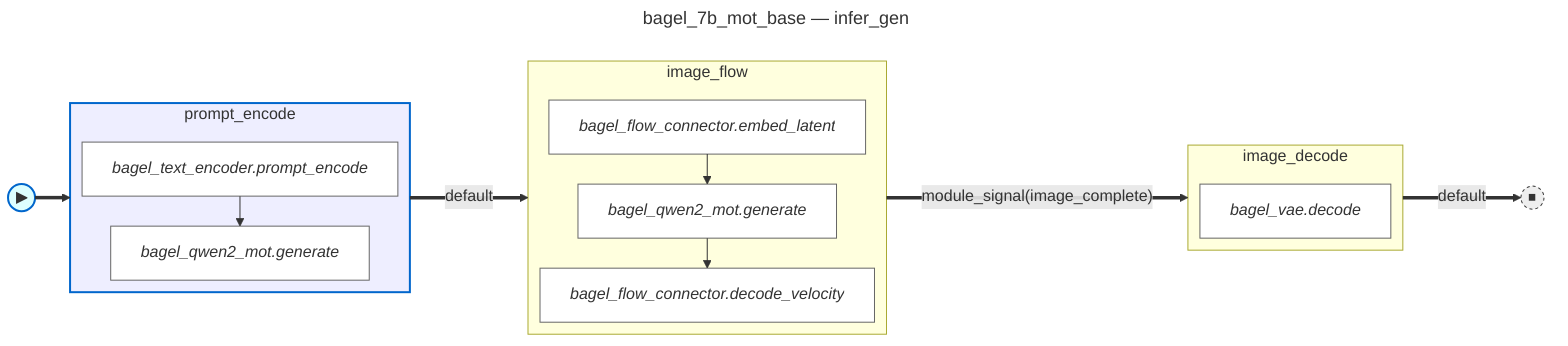
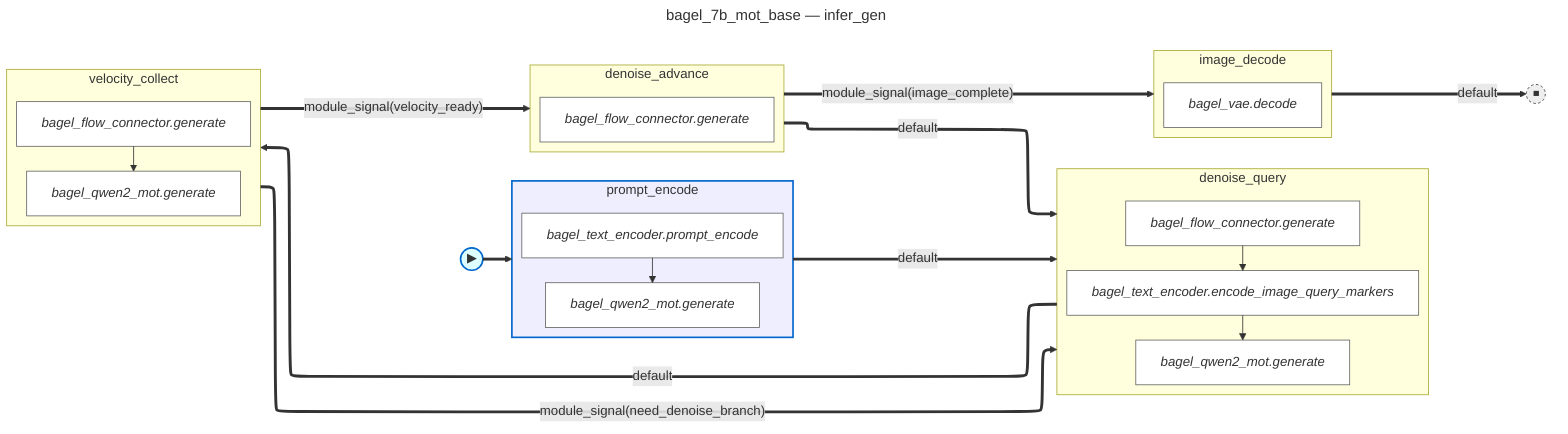
---
title: bagel_7b_mot_base — infer_gen
---
%%{init: {'flowchart': {'defaultRenderer': 'elk'}}}%%
flowchart LR
    fsm_start(("▶")):::fsm_start
    fsm_done(("⏹")):::fsm_terminal
    subgraph state_prompt_encode [prompt_encode]
        direction TB
        prompt_encode__bagel_text_encoder_prompt_encode["<i>bagel_text_encoder.prompt_encode</i>"]:::body_node
        prompt_encode__bagel_qwen2_mot_generate["<i>bagel_qwen2_mot.generate</i>"]:::body_node
        prompt_encode__bagel_text_encoder_prompt_encode --> prompt_encode__bagel_qwen2_mot_generate
    end
-     subgraph state_image_flow [image_flow]
+     subgraph state_denoise_query [denoise_query]
        direction TB
-         image_flow__bagel_flow_connector_embed_latent["<i>bagel_flow_connector.embed_latent</i>"]:::body_node
-         image_flow__bagel_qwen2_mot_generate["<i>bagel_qwen2_mot.generate</i>"]:::body_node
-         image_flow__bagel_flow_connector_decode_velocity["<i>bagel_flow_connector.decode_velocity</i>"]:::body_node
-         image_flow__bagel_flow_connector_embed_latent --> image_flow__bagel_qwen2_mot_generate
-         image_flow__bagel_qwen2_mot_generate --> image_flow__bagel_flow_connector_decode_velocity
+         denoise_query__bagel_flow_connector_generate["<i>bagel_flow_connector.generate</i>"]:::body_node
+         denoise_query__bagel_text_encoder_encode_image_query_markers["<i>bagel_text_encoder.encode_image_query_markers</i>"]:::body_node
+         denoise_query__bagel_qwen2_mot_generate["<i>bagel_qwen2_mot.generate</i>"]:::body_node
+         denoise_query__bagel_flow_connector_generate --> denoise_query__bagel_text_encoder_encode_image_query_markers
+         denoise_query__bagel_text_encoder_encode_image_query_markers --> denoise_query__bagel_qwen2_mot_generate
+     end
+     subgraph state_velocity_collect [velocity_collect]
+         direction TB
+         velocity_collect__bagel_flow_connector_generate["<i>bagel_flow_connector.generate</i>"]:::body_node
+         velocity_collect__bagel_qwen2_mot_generate["<i>bagel_qwen2_mot.generate</i>"]:::body_node
+         velocity_collect__bagel_flow_connector_generate --> velocity_collect__bagel_qwen2_mot_generate
+     end
+     subgraph state_denoise_advance [denoise_advance]
+         direction TB
+         denoise_advance__bagel_flow_connector_generate["<i>bagel_flow_connector.generate</i>"]:::body_node
    end
    subgraph state_image_decode [image_decode]
        direction TB
        image_decode__bagel_vae_decode["<i>bagel_vae.decode</i>"]:::body_node
    end
    fsm_start ==> state_prompt_encode
-     state_prompt_encode ==>|"default"| state_image_flow
-     state_image_flow ==>|"module_signal(image_complete)"| state_image_decode
+     state_prompt_encode ==>|"default"| state_denoise_query
+     state_denoise_query ==>|"default"| state_velocity_collect
+     state_velocity_collect ==>|"module_signal(need_denoise_branch)"| state_denoise_query
+     state_velocity_collect ==>|"module_signal(velocity_ready)"| state_denoise_advance
+     state_denoise_advance ==>|"module_signal(image_complete)"| state_image_decode
+     state_denoise_advance ==>|"default"| state_denoise_query
    state_image_decode ==>|"default"| fsm_done
    classDef body_node fill:#fff,stroke:#666
    classDef fsm_start fill:#dff,stroke:#06c,stroke-width:2px
    classDef fsm_terminal fill:#eee,stroke:#333,stroke-width:1px,stroke-dasharray:3 3
    style state_prompt_encode fill:#eef,stroke:#06c,stroke-width:2px
